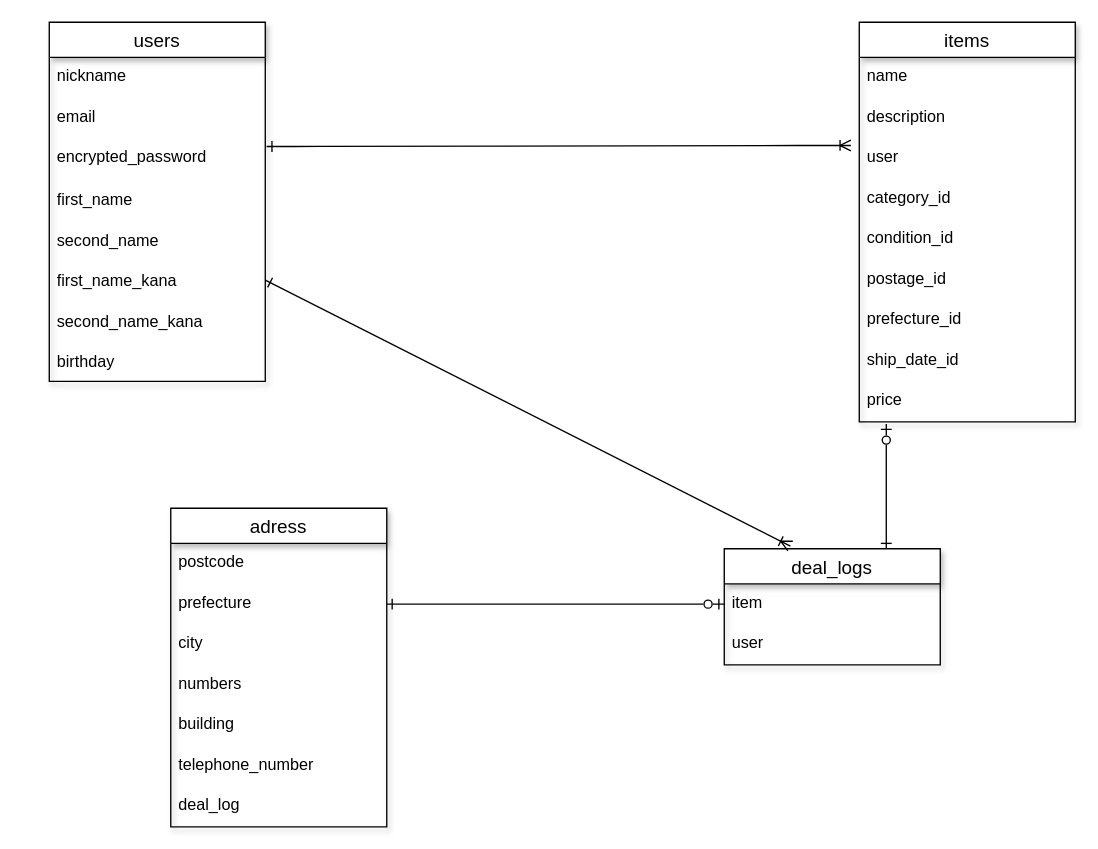
Before: er.dio in bay-kuy/furima-37440, a draw.io diagram. Source tidied: cells renumbered, new cells numbered last; positions are measured from the earlier drawing's top-left corner, leaving out a move shared by most shapes. Both pictures are drawn from the tidied source at 135%, with x=0, y=0 at pixel (49, 22).
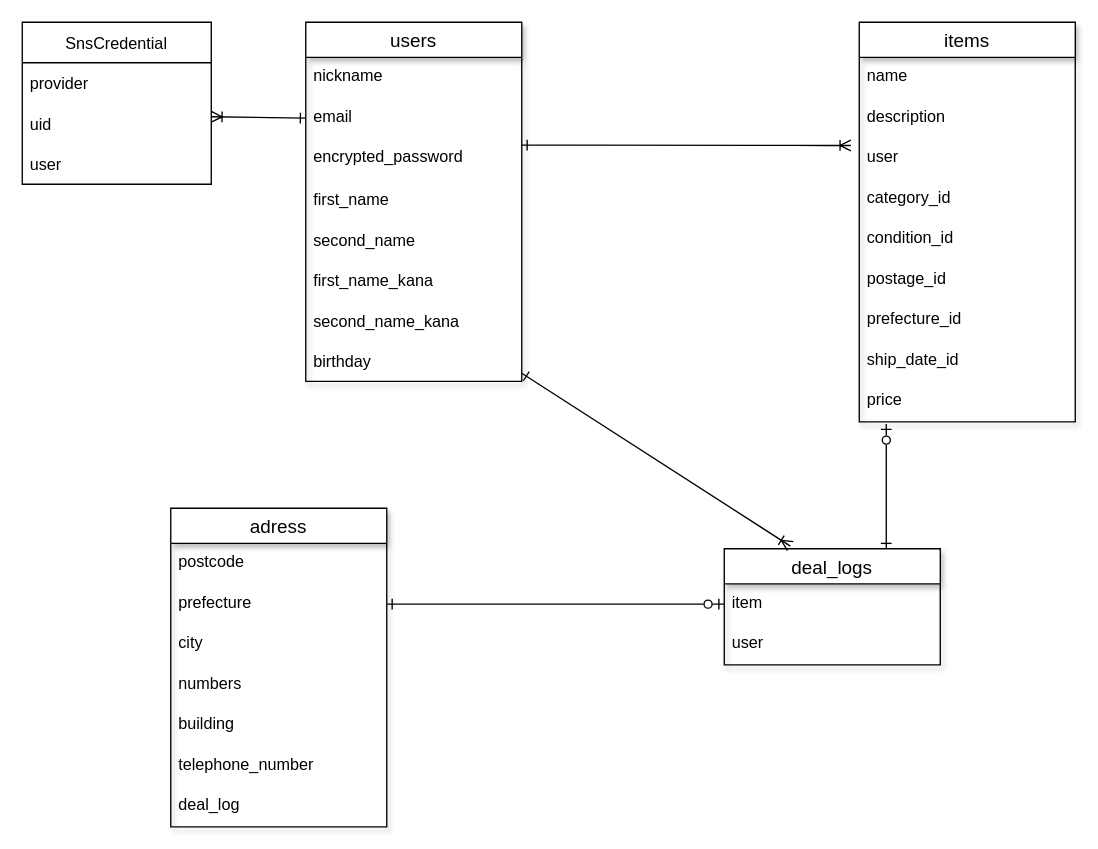
Above is the later version.

Unchanged cells that the change refers to:
```xml
<mxCell id="4" value="email" style="text;strokeColor=none;fillColor=none;spacingLeft=4;spacingRight=4;overflow=hidden;points=[[0,0.5],[1,0.5]];portConstraint=eastwest;fontSize=12;" parent="2" vertex="1">
  <mxGeometry y="56" width="160" height="30" as="geometry" />
</mxCell>
<mxCell id="5" value="encrypted_password" style="text;strokeColor=none;fillColor=none;spacingLeft=4;spacingRight=4;overflow=hidden;points=[[0,0.5],[1,0.5]];portConstraint=eastwest;fontSize=12;rounded=0;" parent="2" vertex="1">
  <mxGeometry y="86" width="160" height="30" as="geometry" />
</mxCell>
<mxCell id="8" value="first_name_kana" style="text;strokeColor=none;fillColor=none;spacingLeft=4;spacingRight=4;overflow=hidden;points=[[0,0.5],[1,0.5]];portConstraint=eastwest;fontSize=12;rounded=0;verticalAlign=middle;" parent="2" vertex="1">
  <mxGeometry y="176" width="160" height="30" as="geometry" />
</mxCell>
<mxCell id="15" value="user" style="text;strokeColor=none;fillColor=none;spacingLeft=4;spacingRight=4;overflow=hidden;points=[[0,0.5],[1,0.5]];portConstraint=eastwest;fontSize=12;rounded=0;shadow=1;html=0;" parent="12" vertex="1">
  <mxGeometry y="86" width="160" height="30" as="geometry" />
</mxCell>
<mxCell id="23" value="deal_logs" style="swimlane;fontStyle=0;horizontal=1;startSize=26;align=center;fontSize=14;rounded=0;shadow=1;html=0;" parent="1" vertex="1">
  <mxGeometry x="500" y="390" width="160" height="86" as="geometry" />
</mxCell>
```

The edit, as a diff of the source:
```diff
@@
     <mxCell id="2" value="users" style="swimlane;fontStyle=0;horizontal=1;startSize=26;align=center;fontSize=14;shadow=1;" parent="1" vertex="1">
-      <mxGeometry width="160" height="266" as="geometry" />
+      <mxGeometry x="190" width="160" height="266" as="geometry" />
     </mxCell>
@@
-    <mxCell id="22" style="edgeStyle=entityRelationEdgeStyle;fontSize=12;html=1;endArrow=ERoneToMany;startArrow=ERone;exitX=1.006;exitY=0.2;exitDx=0;exitDy=0;exitPerimeter=0;entryX=-0.039;entryY=0.175;entryDx=0;entryDy=0;entryPerimeter=0;startFill=0;endFill=0;" parent="1" edge="1" source="5" target="15">
-      <mxGeometry relative="1" as="geometry" />
+    <mxCell id="22" style="edgeStyle=entityRelationEdgeStyle;fontSize=12;html=1;endArrow=ERoneToMany;startArrow=ERone;entryX=-0.039;entryY=0.175;entryDx=0;entryDy=0;entryPerimeter=0;startFill=0;endFill=0;" parent="1" edge="1" target="15">
+      <mxGeometry relative="1" as="geometry">
+        <mxPoint x="350" y="91" as="sourcePoint" />
+      </mxGeometry>
     </mxCell>
@@
-    <mxCell id="34" style="edgeStyle=none;html=1;exitX=1;exitY=0.5;exitDx=0;exitDy=0;entryX=0.306;entryY=-0.023;entryDx=0;entryDy=0;entryPerimeter=0;startArrow=ERone;startFill=0;endArrow=ERoneToMany;endFill=0;" parent="1" edge="1" source="8" target="23">
-      <mxGeometry relative="1" as="geometry" />
+    <mxCell id="34" style="edgeStyle=none;html=1;entryX=0.306;entryY=-0.023;entryDx=0;entryDy=0;entryPerimeter=0;startArrow=ERone;startFill=0;endArrow=ERoneToMany;endFill=0;" parent="1" edge="1" target="23">
+      <mxGeometry relative="1" as="geometry">
+        <mxPoint x="350" y="260" as="sourcePoint" />
+      </mxGeometry>
     </mxCell>
@@
+    <mxCell id="36" value="SnsCredential" style="swimlane;fontStyle=0;horizontal=1;startSize=30;" parent="1" vertex="1">
+      <mxGeometry x="-20" width="140" height="120" as="geometry" />
+    </mxCell>
+    <mxCell id="37" value="provider" style="text;strokeColor=none;fillColor=none;align=left;verticalAlign=middle;spacingLeft=4;spacingRight=4;overflow=hidden;" parent="36" vertex="1">
+      <mxGeometry y="30" width="140" height="30" as="geometry" />
+    </mxCell>
+    <mxCell id="38" value="uid" style="text;strokeColor=none;fillColor=none;align=left;verticalAlign=middle;spacingLeft=4;spacingRight=4;overflow=hidden;" parent="36" vertex="1">
+      <mxGeometry y="60" width="140" height="30" as="geometry" />
+    </mxCell>
+    <mxCell id="39" value="user" style="text;strokeColor=none;fillColor=none;align=left;verticalAlign=middle;spacingLeft=4;spacingRight=4;overflow=hidden;" parent="36" vertex="1">
+      <mxGeometry y="90" width="140" height="30" as="geometry" />
+    </mxCell>
+    <mxCell id="40" style="edgeStyle=none;html=1;exitX=0;exitY=0.5;exitDx=0;exitDy=0;endArrow=ERoneToMany;endFill=0;startArrow=ERone;startFill=0;" parent="1" edge="1" source="4">
+      <mxGeometry relative="1" as="geometry">
+        <mxPoint x="120" y="70" as="targetPoint" />
+      </mxGeometry>
+    </mxCell>
```
